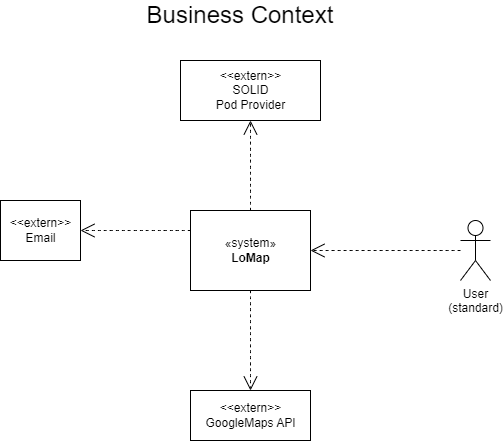
Before: docs/images/03-Business-context-diagram.png, a diagram exported from draw.io (Arquisoft/lomap_en2a). Source tidied: cells renumbered, new cells last; positions are measured from the earlier drawing's top-left corner, leaving out a move shared by most shapes.
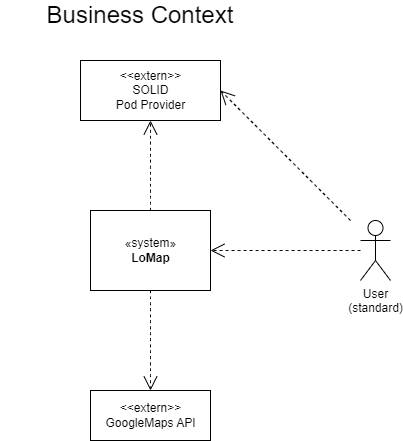
The same diagram one commit later.

Commit message:
Changes to the diagram and Technical Context I removed the Email box from the diagram and the Technical Context table is now much more detailed.

What changed in the source:
```diff
@@ -11,9 +11,6 @@
     <mxCell id="4" value="&amp;lt;&amp;lt;extern&amp;gt;&amp;gt;&lt;br&gt;SOLID &lt;br&gt;Pod Provider" style="html=1;" parent="1" vertex="1">
       <mxGeometry x="180" y="60" width="140" height="60" as="geometry" />
     </mxCell>
-    <mxCell id="5" value="&amp;lt;&amp;lt;extern&amp;gt;&amp;gt;&lt;br&gt;Email" style="html=1;" parent="1" vertex="1">
-      <mxGeometry y="200" width="80" height="60" as="geometry" />
-    </mxCell>
     <mxCell id="6" value="&amp;lt;&amp;lt;extern&amp;gt;&amp;gt;&lt;br&gt;GoogleMaps API" style="html=1;" parent="1" vertex="1">
       <mxGeometry x="190" y="390" width="120" height="50" as="geometry" />
     </mxCell>
@@ -23,14 +20,16 @@
     <mxCell id="8" style="endArrow=open;endSize=12;dashed=1;html=1;rounded=0;fontSize=12;curved=1;exitX=0.5;exitY=1;exitDx=0;exitDy=0;entryX=0.5;entryY=0;entryDx=0;entryDy=0;" parent="1" edge="1" source="3" target="6">
       <mxGeometry relative="1" as="geometry" />
     </mxCell>
-    <mxCell id="9" style="endArrow=open;endSize=12;dashed=1;html=1;rounded=0;fontSize=12;curved=1;exitX=0;exitY=0.25;exitDx=0;exitDy=0;entryX=1;entryY=0.5;entryDx=0;entryDy=0;" parent="1" edge="1" source="3" target="5">
-      <mxGeometry relative="1" as="geometry" />
-    </mxCell>
     <mxCell id="10" style="endArrow=open;endSize=12;dashed=1;html=1;rounded=0;fontSize=12;curved=1;exitX=0.5;exitY=0;exitDx=0;exitDy=0;entryX=0.5;entryY=1;entryDx=0;entryDy=0;" parent="1" edge="1" source="3" target="4">
       <mxGeometry relative="1" as="geometry" />
     </mxCell>
     <mxCell id="11" style="endArrow=open;endSize=12;dashed=1;html=1;rounded=0;fontSize=12;curved=1;entryX=1;entryY=0.5;entryDx=0;entryDy=0;" parent="1" edge="1" source="2" target="3">
       <mxGeometry relative="1" as="geometry" />
     </mxCell>
+    <mxCell id="12" style="endArrow=open;endSize=12;dashed=1;html=1;rounded=0;fontSize=12;curved=1;entryX=1;entryY=0.5;entryDx=0;entryDy=0;" parent="1" edge="1" target="4">
+      <mxGeometry relative="1" as="geometry">
+        <mxPoint x="450" y="220" as="sourcePoint" />
+      </mxGeometry>
+    </mxCell>
   </root>
 </mxGraphModel>
```
